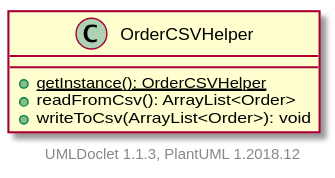
This is projects/oodp/html/umlversion/uml/sg.edu.ntu.scse.cz2002.util.OrderCSVHelper.svg from itachi1706/How-to-use-Git-NTUSCSE1819-Site, a PlantUML export, as it was before one commit.
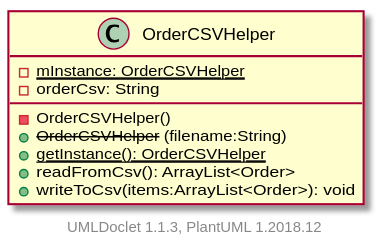
The same file after the commit.

Diff of the diagram source:
```diff
@@ -1,9 +1,13 @@
 @startuml
 
-    class OrderCSVHelper {
+    class OrderCSVHelper [[../sg/edu/ntu/scse/cz2002/util/OrderCSVHelper.html]] {
+        {static} -mInstance: OrderCSVHelper
+        -orderCsv: String
+        -OrderCSVHelper()
+        + --OrderCSVHelper-- (filename:String)
         {static} +getInstance(): OrderCSVHelper
         +readFromCsv(): ArrayList<Order>
-        +writeToCsv(ArrayList<Order>): void
+        +writeToCsv(items:ArrayList<Order>): void
     }
 
 
```
